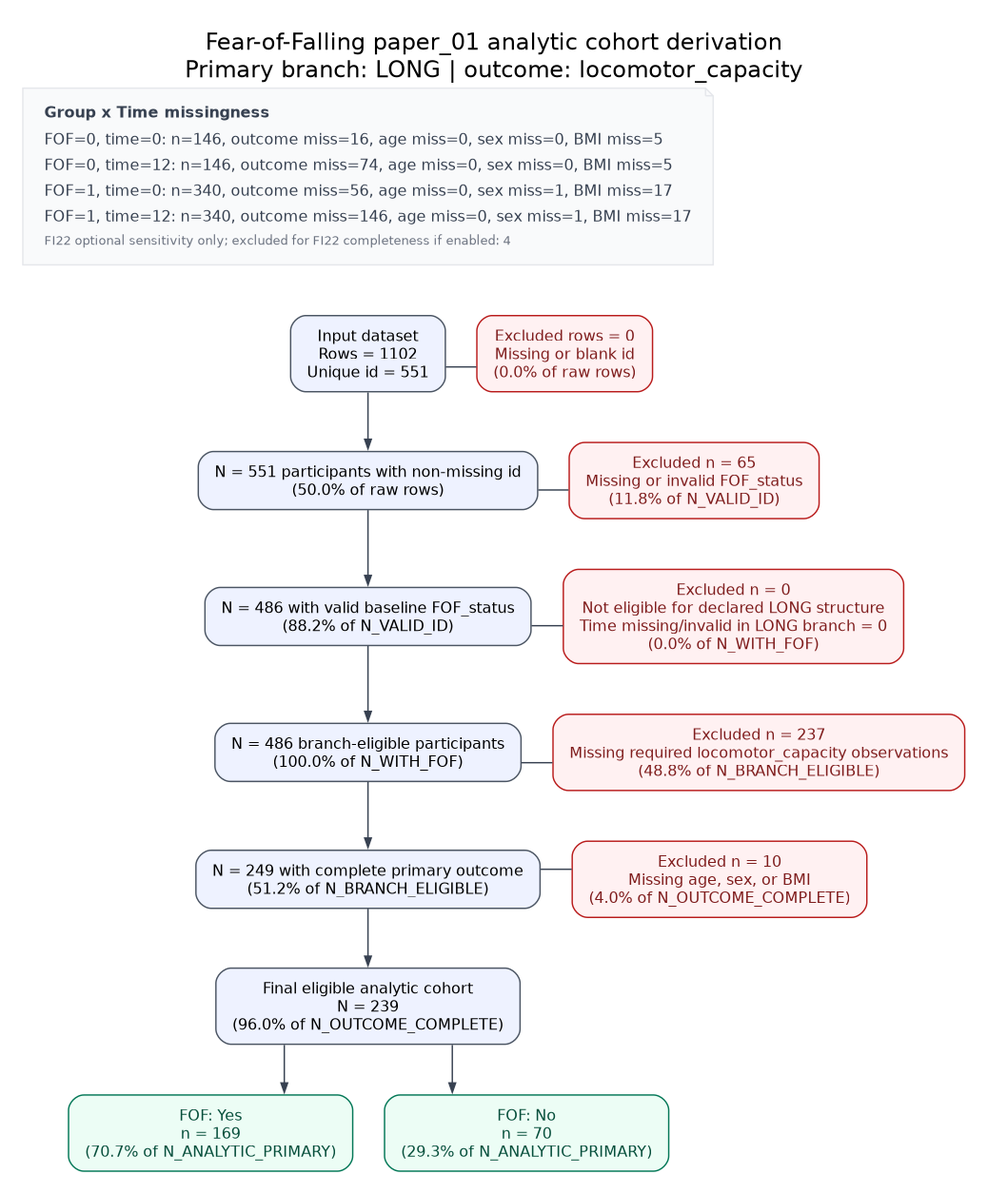
Earlier version of the Graphviz export Fear-of-Falling/diagram/paper_01_cohort_flow.long.locomotor_capacity.png (Tupatuko2023/Python-R-Scripts). Its source is kept beside it as Fear-of-Falling/diagram/paper_01_cohort_flow.long.locomotor_capacity.resolved.dot.
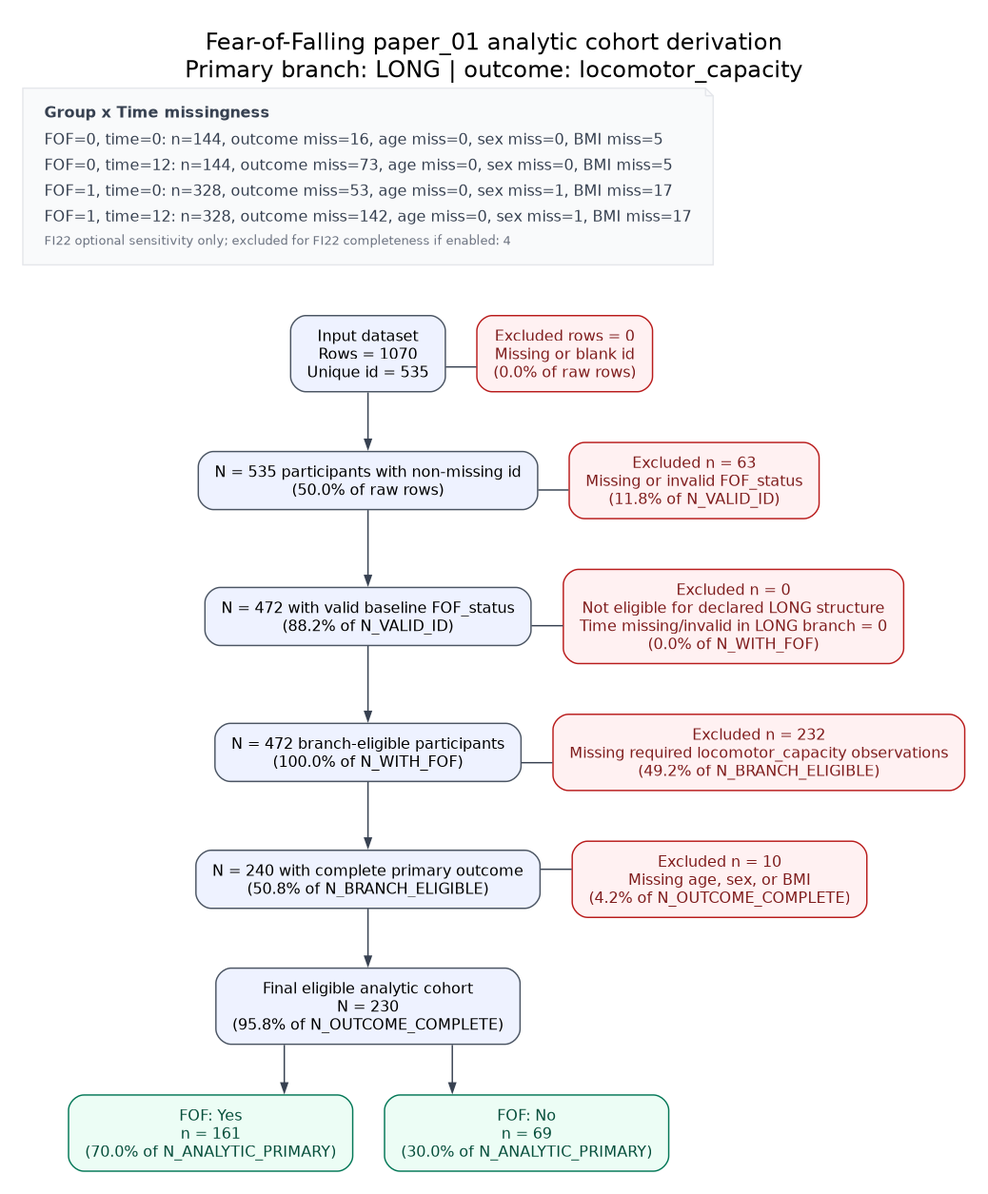
Later version of the same file.

Commit message:
artifacts: refresh cohort-flow outputs and Paper 01 diagram after dedup pipeline verification

What changed in the source:
```diff
@@ -32,10 +32,10 @@
     label=<
       <TABLE BORDER="0" CELLBORDER="0" CELLPADDING="2">
         <TR><TD ALIGN="LEFT"><B>Group x Time missingness</B></TD></TR>
-        <TR><TD ALIGN="LEFT">FOF=0, time=0: n=146, outcome miss=16, age miss=0, sex miss=0, BMI miss=5</TD></TR>
-        <TR><TD ALIGN="LEFT">FOF=0, time=12: n=146, outcome miss=74, age miss=0, sex miss=0, BMI miss=5</TD></TR>
-        <TR><TD ALIGN="LEFT">FOF=1, time=0: n=340, outcome miss=56, age miss=0, sex miss=1, BMI miss=17</TD></TR>
-        <TR><TD ALIGN="LEFT">FOF=1, time=12: n=340, outcome miss=146, age miss=0, sex miss=1, BMI miss=17</TD></TR>
+        <TR><TD ALIGN="LEFT">FOF=0, time=0: n=144, outcome miss=16, age miss=0, sex miss=0, BMI miss=5</TD></TR>
+        <TR><TD ALIGN="LEFT">FOF=0, time=12: n=144, outcome miss=73, age miss=0, sex miss=0, BMI miss=5</TD></TR>
+        <TR><TD ALIGN="LEFT">FOF=1, time=0: n=328, outcome miss=53, age miss=0, sex miss=1, BMI miss=17</TD></TR>
+        <TR><TD ALIGN="LEFT">FOF=1, time=12: n=328, outcome miss=142, age miss=0, sex miss=1, BMI miss=17</TD></TR>
         <TR><TD ALIGN="LEFT"><FONT POINT-SIZE="10" COLOR="#6b7280">FI22 optional sensitivity only; excluded for FI22 completeness if enabled: 4</FONT></TD></TR>
       </TABLE>
     >,
@@ -47,7 +47,7 @@
   ];
 
   n1 [
-    label="Input dataset\nRows = 1102\nUnique id = 551",
+    label="Input dataset\nRows = 1070\nUnique id = 535",
     fillcolor="#eef2ff"
   ];
 
@@ -59,19 +59,19 @@
   ];
 
   n2 [
-    label="N = 551 participants with non-missing id\n(50.0% of raw rows)",
+    label="N = 535 participants with non-missing id\n(50.0% of raw rows)",
     fillcolor="#eef2ff"
   ];
 
   e1 [
-    label="Excluded n = 65\nMissing or invalid FOF_status\n(11.8% of N_VALID_ID)",
+    label="Excluded n = 63\nMissing or invalid FOF_status\n(11.8% of N_VALID_ID)",
     fillcolor="#fff1f2",
     color="#b91c1c",
     fontcolor="#7f1d1d"
   ];
 
   n3 [
-    label="N = 486 with valid baseline FOF_status\n(88.2% of N_VALID_ID)",
+    label="N = 472 with valid baseline FOF_status\n(88.2% of N_VALID_ID)",
     fillcolor="#eef2ff"
   ];
 
@@ -83,43 +83,43 @@
   ];
 
   n4 [
-    label="N = 486 branch-eligible participants\n(100.0% of N_WITH_FOF)",
+    label="N = 472 branch-eligible participants\n(100.0% of N_WITH_FOF)",
     fillcolor="#eef2ff"
   ];
 
   e3 [
-    label="Excluded n = 237\nMissing required locomotor_capacity observations\n(48.8% of N_BRANCH_ELIGIBLE)",
+    label="Excluded n = 232\nMissing required locomotor_capacity observations\n(49.2% of N_BRANCH_ELIGIBLE)",
     fillcolor="#fff1f2",
     color="#b91c1c",
     fontcolor="#7f1d1d"
   ];
 
   n5 [
-    label="N = 249 with complete primary outcome\n(51.2% of N_BRANCH_ELIGIBLE)",
+    label="N = 240 with complete primary outcome\n(50.8% of N_BRANCH_ELIGIBLE)",
     fillcolor="#eef2ff"
   ];
 
   e4 [
-    label="Excluded n = 10\nMissing age, sex, or BMI\n(4.0% of N_OUTCOME_COMPLETE)",
+    label="Excluded n = 10\nMissing age, sex, or BMI\n(4.2% of N_OUTCOME_COMPLETE)",
     fillcolor="#fff1f2",
     color="#b91c1c",
     fontcolor="#7f1d1d"
   ];
 
   n6 [
-    label="Final eligible analytic cohort\nN = 239\n(96.0% of N_OUTCOME_COMPLETE)",
+    label="Final eligible analytic cohort\nN = 230\n(95.8% of N_OUTCOME_COMPLETE)",
     fillcolor="#eef2ff"
   ];
 
   g1 [
-    label="FOF: Yes\nn = 169\n(70.7% of N_ANALYTIC_PRIMARY)",
+    label="FOF: Yes\nn = 161\n(70.0% of N_ANALYTIC_PRIMARY)",
     fillcolor="#ecfdf5",
     color="#047857",
     fontcolor="#064e3b"
   ];
 
   g2 [
-    label="FOF: No\nn = 70\n(29.3% of N_ANALYTIC_PRIMARY)",
+    label="FOF: No\nn = 69\n(30.0% of N_ANALYTIC_PRIMARY)",
     fillcolor="#ecfdf5",
     color="#047857",
     fontcolor="#064e3b"
```
